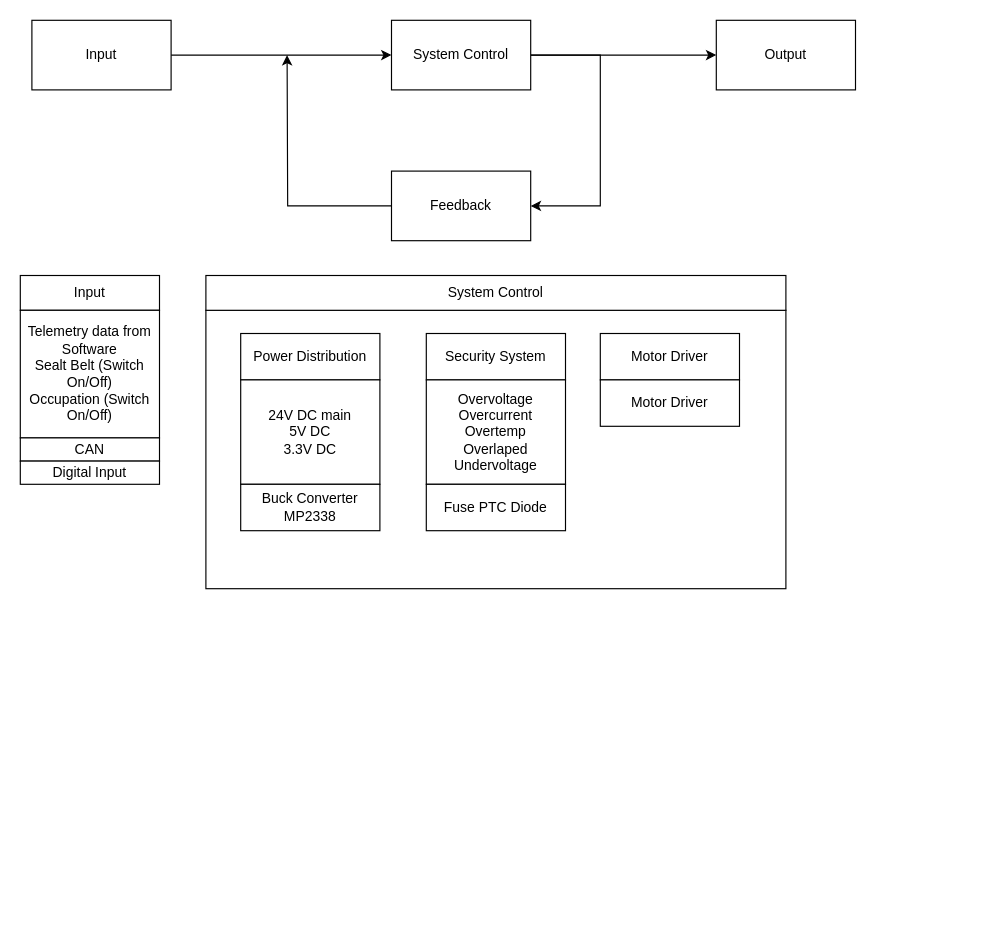
Rezen351/KP keeps this draw.io diagram as AVS/Desain/Block Diagram.drawio. Above is the earlier version. Source tidied: cells renumbered, new cells numbered last; positions are measured from the earlier drawing's top-left corner, leaving out a move shared by most shapes. Both pictures are drawn from the tidied source at 116%, with x=0, y=0 at pixel (20, 20).
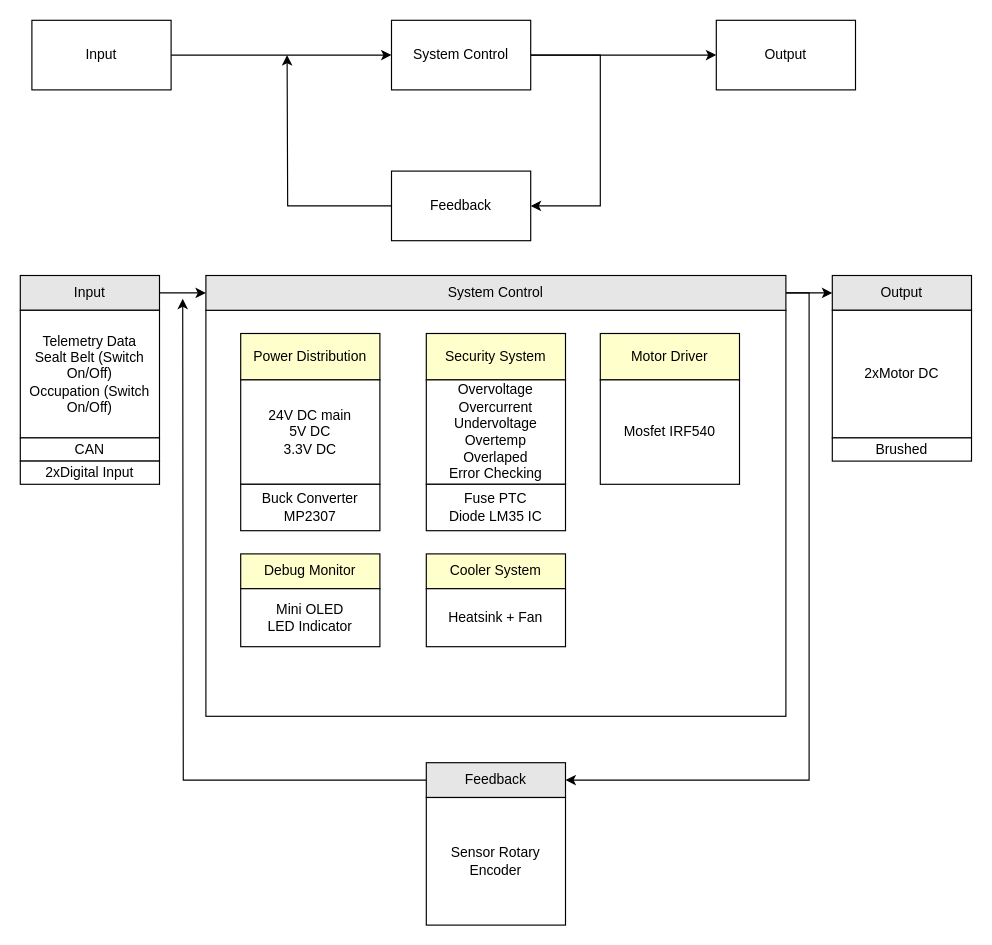
Above is the later version.

Diff of the diagram source:
```diff
@@
     <mxCell id="2" style="rounded=0;whiteSpace=wrap;html=1;" parent="1" vertex="1">
-      <mxGeometry x="160" y="250" width="500" height="240" as="geometry" />
+      <mxGeometry x="160" y="250" width="500" height="350" as="geometry" />
     </mxCell>
@@
+    <mxCell id="24" style="edgeStyle=orthogonalEdgeStyle;rounded=0;jettySize=auto;html=1;entryX=0;entryY=0.5;entryDx=0;entryDy=0;" parent="1" edge="1" source="11" target="14">
+      <mxGeometry relative="1" as="geometry" />
+    </mxCell>
-    <mxCell id="11" value="Input" style="rounded=0;whiteSpace=wrap;html=1;" parent="1" vertex="1">
+    <mxCell id="11" value="Input" style="rounded=0;whiteSpace=wrap;html=1;fillColor=#E6E6E6;" parent="1" vertex="1">
       <mxGeometry y="220" width="120" height="30" as="geometry" />
     </mxCell>
-    <mxCell id="12" value="Telemetry data from Software&lt;div&gt;Sealt Belt (Switch On/Off)&lt;/div&gt;&lt;div&gt;Occupation (Switch On/Off)&lt;/div&gt;" style="rounded=0;whiteSpace=wrap;html=1;" parent="1" vertex="1">
+    <mxCell id="12" value="Telemetry Data&lt;div&gt;&lt;div&gt;Sealt Belt (Switch On/Off)&lt;/div&gt;&lt;div&gt;Occupation (Switch On/Off)&lt;/div&gt;&lt;/div&gt;" style="rounded=0;whiteSpace=wrap;html=1;" parent="1" vertex="1">
       <mxGeometry y="250" width="120" height="110" as="geometry" />
     </mxCell>
@@
+    <mxCell id="25" style="edgeStyle=orthogonalEdgeStyle;rounded=0;jettySize=auto;html=1;entryX=0;entryY=0.5;entryDx=0;entryDy=0;" parent="1" edge="1" source="14" target="29">
+      <mxGeometry relative="1" as="geometry" />
+    </mxCell>
+    <mxCell id="26" style="edgeStyle=orthogonalEdgeStyle;rounded=0;jettySize=auto;html=1;entryX=1;entryY=0.5;entryDx=0;entryDy=0;" parent="1" edge="1" source="14" target="33">
+      <mxGeometry relative="1" as="geometry">
+        <Array as="points">
+          <mxPoint x="680" y="235" />
+          <mxPoint x="680" y="655" />
+        </Array>
+      </mxGeometry>
+    </mxCell>
-    <mxCell id="14" value="System Control" style="rounded=0;whiteSpace=wrap;html=1;" parent="1" vertex="1">
+    <mxCell id="14" value="System Control" style="rounded=0;whiteSpace=wrap;html=1;fillColor=#E6E6E6;" parent="1" vertex="1">
       <mxGeometry x="160" y="220" width="500" height="30" as="geometry" />
     </mxCell>
-    <mxCell id="15" value="Security System" style="rounded=0;whiteSpace=wrap;html=1;" parent="1" vertex="1">
+    <mxCell id="15" value="Security System" style="rounded=0;whiteSpace=wrap;html=1;fillColor=#FFFFCC;" parent="1" vertex="1">
       <mxGeometry x="350" y="270" width="120" height="40" as="geometry" />
     </mxCell>
-    <mxCell id="16" value="Power Distribution" style="rounded=0;whiteSpace=wrap;html=1;" parent="1" vertex="1">
+    <mxCell id="16" value="Power Distribution" style="rounded=0;whiteSpace=wrap;html=1;fillColor=#FFFFCC;" parent="1" vertex="1">
       <mxGeometry x="190" y="270" width="120" height="40" as="geometry" />
     </mxCell>
-    <mxCell id="17" value="Motor Driver" style="rounded=0;whiteSpace=wrap;html=1;" parent="1" vertex="1">
+    <mxCell id="17" value="Motor Driver" style="rounded=0;whiteSpace=wrap;html=1;fillColor=#FFFFCC;" parent="1" vertex="1">
       <mxGeometry x="500" y="270" width="120" height="40" as="geometry" />
     </mxCell>
-    <mxCell id="18" value="Overvoltage&lt;div&gt;Overcurrent&lt;/div&gt;&lt;div&gt;Overtemp&lt;/div&gt;&lt;div&gt;Overlaped&lt;/div&gt;&lt;div&gt;Undervoltage&lt;/div&gt;" style="rounded=0;whiteSpace=wrap;html=1;" parent="1" vertex="1">
+    <mxCell id="18" value="Overvoltage&lt;div&gt;Overcurrent&lt;/div&gt;&lt;div&gt;Undervoltage&lt;/div&gt;&lt;div&gt;Overtemp&lt;/div&gt;&lt;div&gt;Overlaped&lt;/div&gt;&lt;div&gt;Error Checking&lt;/div&gt;" style="rounded=0;whiteSpace=wrap;html=1;" parent="1" vertex="1">
       <mxGeometry x="350" y="310" width="120" height="90" as="geometry" />
     </mxCell>
@@
-    <mxCell id="20" value="Motor Driver" style="rounded=0;whiteSpace=wrap;html=1;" parent="1" vertex="1">
-      <mxGeometry x="500" y="310" width="120" height="40" as="geometry" />
+    <mxCell id="20" value="Mosfet IRF540" style="rounded=0;whiteSpace=wrap;html=1;" parent="1" vertex="1">
+      <mxGeometry x="500" y="310" width="120" height="90" as="geometry" />
     </mxCell>
-    <mxCell id="21" value="Buck Converter&lt;div&gt;MP2338&lt;/div&gt;" style="rounded=0;whiteSpace=wrap;html=1;" parent="1" vertex="1">
+    <mxCell id="21" value="Buck Converter&lt;div&gt;MP2307&lt;/div&gt;" style="rounded=0;whiteSpace=wrap;html=1;" parent="1" vertex="1">
       <mxGeometry x="190" y="400" width="120" height="40" as="geometry" />
     </mxCell>
-    <mxCell id="22" value="Fuse PTC Diode" style="rounded=0;whiteSpace=wrap;html=1;" parent="1" vertex="1">
+    <mxCell id="22" value="Fuse PTC Diode&amp;nbsp;LM35 IC" style="rounded=0;whiteSpace=wrap;html=1;" parent="1" vertex="1">
       <mxGeometry x="350" y="400" width="120" height="40" as="geometry" />
     </mxCell>
-    <mxCell id="23" value="Digital Input" style="rounded=0;whiteSpace=wrap;html=1;" parent="1" vertex="1">
+    <mxCell id="23" value="2xDigital Input" style="rounded=0;whiteSpace=wrap;html=1;" parent="1" vertex="1">
       <mxGeometry y="380" width="120" height="20" as="geometry" />
     </mxCell>
+    <mxCell id="27" value="Debug Monitor" style="rounded=0;whiteSpace=wrap;html=1;fillColor=#FFFFCC;" parent="1" vertex="1">
+      <mxGeometry x="190" y="460" width="120" height="30" as="geometry" />
+    </mxCell>
+    <mxCell id="28" value="Mini OLED&lt;div&gt;LED Indicator&lt;/div&gt;" style="rounded=0;whiteSpace=wrap;html=1;" parent="1" vertex="1">
+      <mxGeometry x="190" y="490" width="120" height="50" as="geometry" />
+    </mxCell>
+    <mxCell id="29" value="Output" style="rounded=0;whiteSpace=wrap;html=1;fillColor=#E6E6E6;" parent="1" vertex="1">
+      <mxGeometry x="700" y="220" width="120" height="30" as="geometry" />
+    </mxCell>
+    <mxCell id="30" value="2xMotor DC" style="rounded=0;whiteSpace=wrap;html=1;" parent="1" vertex="1">
+      <mxGeometry x="700" y="250" width="120" height="110" as="geometry" />
+    </mxCell>
+    <mxCell id="31" value="Brushed" style="rounded=0;whiteSpace=wrap;html=1;" parent="1" vertex="1">
+      <mxGeometry x="700" y="360" width="120" height="20" as="geometry" />
+    </mxCell>
+    <mxCell id="32" style="edgeStyle=orthogonalEdgeStyle;rounded=0;jettySize=auto;html=1;" parent="1" edge="1" source="33">
+      <mxGeometry relative="1" as="geometry">
+        <mxPoint x="140" y="240" as="targetPoint" />
+      </mxGeometry>
+    </mxCell>
+    <mxCell id="33" value="Feedback" style="rounded=0;whiteSpace=wrap;html=1;fillColor=#E6E6E6;" parent="1" vertex="1">
+      <mxGeometry x="350" y="640" width="120" height="30" as="geometry" />
+    </mxCell>
+    <mxCell id="34" value="Sensor Rotary Encoder" style="rounded=0;whiteSpace=wrap;html=1;" parent="1" vertex="1">
+      <mxGeometry x="350" y="670" width="120" height="110" as="geometry" />
+    </mxCell>
+    <mxCell id="35" value="Cooler System" style="rounded=0;whiteSpace=wrap;html=1;fillColor=#FFFFCC;" parent="1" vertex="1">
+      <mxGeometry x="350" y="460" width="120" height="30" as="geometry" />
+    </mxCell>
+    <mxCell id="36" value="Heatsink + Fan" style="rounded=0;whiteSpace=wrap;html=1;" parent="1" vertex="1">
+      <mxGeometry x="350" y="490" width="120" height="50" as="geometry" />
+    </mxCell>
```
